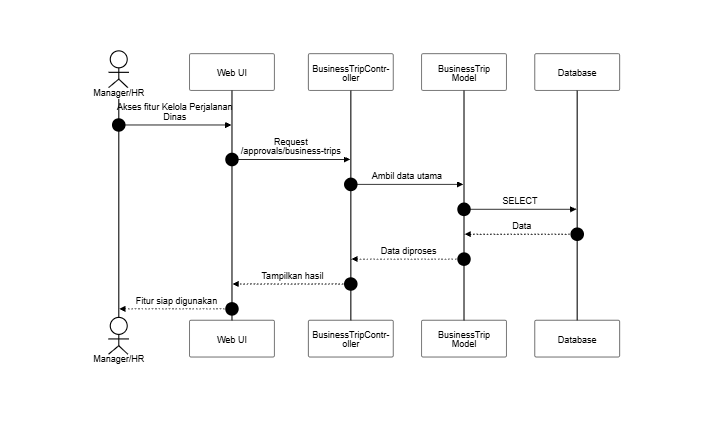
The Mermaid diagram docs/SequenceDiagram/PNG_Transparent/PersetujuanPerjalananDinas-Lihat.png in SulaimanHafi23/SimpegRSHDI, before a commit. Its source is kept beside it as docs/SequenceDiagram/PersetujuanPerjalananDinas-Lihat.mermaid.
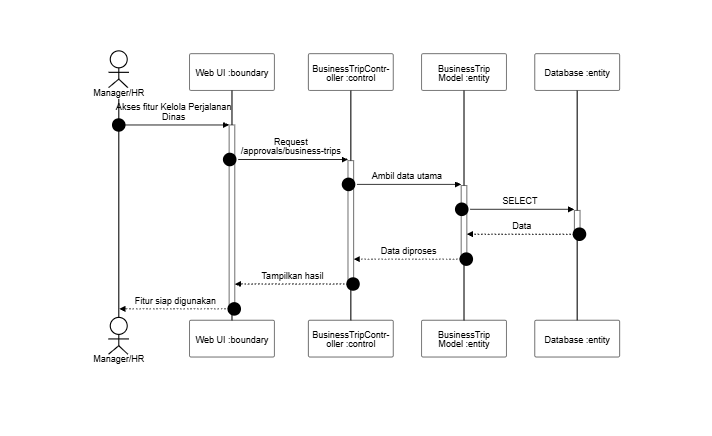
Later version of the same file.

Diff of the diagram source:
```diff
@@ -2,16 +2,16 @@
 sequenceDiagram
     autonumber
     actor A as Manager/HR
-    participant UI as Web UI
-    participant C as BusinessTripController
-    participant M as BusinessTrip Model
-    participant DB as Database
+    participant UI as Web UI :boundary
+    participant C as BusinessTripController :control
+    participant M as BusinessTrip Model :entity
+    participant DB as Database :entity
 
-    A->>UI: Akses fitur Kelola Perjalanan Dinas
-    UI->>C: Request /approvals/business-trips
-    C->>M: Ambil data utama
-    M->>DB: SELECT
-    DB-->>M: Data
-    M-->>C: Data diproses
-    C-->>UI: Tampilkan hasil
-    UI-->>A: Fitur siap digunakan
+    A->>+UI: Akses fitur Kelola Perjalanan Dinas
+    UI->>+C: Request /approvals/business-trips
+    C->>+M: Ambil data utama
+    M->>+DB: SELECT
+    DB-->>-M: Data
+    M-->>-C: Data diproses
+    C-->>-UI: Tampilkan hasil
+    UI-->>-A: Fitur siap digunakan
```
